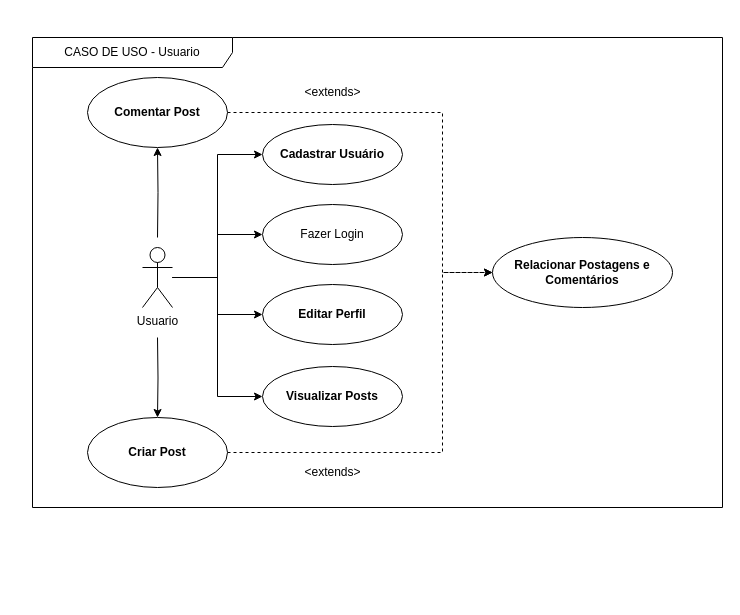
Above: documentação/Diagramas/01 - Diagrama de Casos de Uso - Usuario.drawio in AntonioMenelau/FatecConnect-TG (draw.io), before the change. Source tidied: cells renumbered, new cells numbered last; positions are measured from the earlier drawing's top-left corner, leaving out a move shared by most shapes. Both pictures are drawn from the tidied source at 100%, with x=0, y=0 at pixel (32, 37).
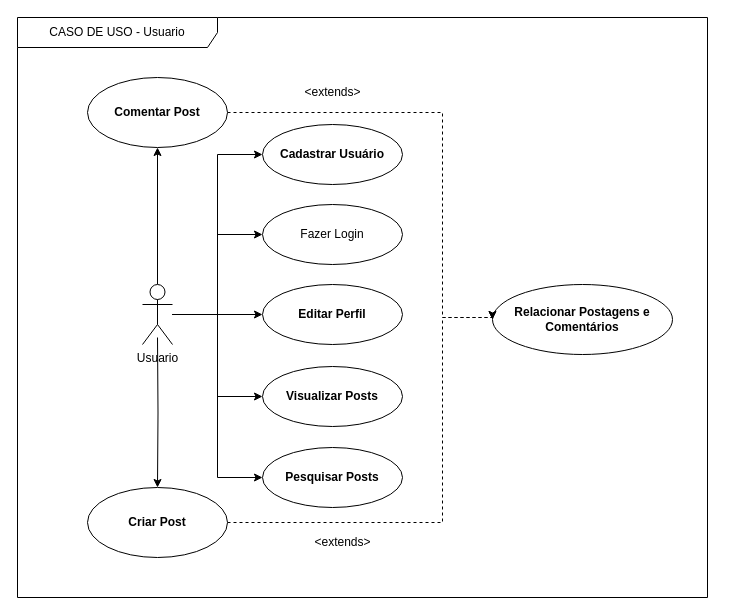
The same diagram, later.

Commit message (it also covers changes not shown here):
Diagrama de casos de uso e Diagrama de Atividade

Unchanged cells that the change refers to:
```xml
<mxCell id="16" value="&lt;strong&gt;Comentar Post&lt;/strong&gt;" style="ellipse;whiteSpace=wrap;html=1;" parent="1" vertex="1">
  <mxGeometry x="55" y="40" width="140" height="70" as="geometry" />
</mxCell>
```

What changed in the source:
```diff
@@
+    <mxCell id="19" value="CASO DE USO - Usuario" style="shape=umlFrame;whiteSpace=wrap;html=1;width=200;height=30;" parent="1" vertex="1">
+      <mxGeometry x="-15" y="-20" width="690" height="580" as="geometry" />
+    </mxCell>
@@
-    <mxCell id="5" style="edgeStyle=orthogonalEdgeStyle;rounded=0;jettySize=auto;html=1;entryX=0.5;entryY=1;entryDx=0;entryDy=0;" parent="1" edge="1" target="16">
-      <mxGeometry relative="1" as="geometry">
-        <mxPoint x="125" y="200" as="sourcePoint" />
-      </mxGeometry>
-    </mxCell>
-    <mxCell id="6" style="edgeStyle=orthogonalEdgeStyle;rounded=0;jettySize=auto;html=1;" parent="1" edge="1" target="13">
-      <mxGeometry relative="1" as="geometry">
-        <mxPoint x="125" y="300" as="sourcePoint" />
-      </mxGeometry>
-    </mxCell>
+    <mxCell id="21" style="edgeStyle=orthogonalEdgeStyle;rounded=0;jettySize=auto;html=1;" parent="1" edge="1" target="13">
+      <mxGeometry relative="1" as="geometry">
+        <mxPoint x="125" y="300" as="sourcePoint" />
+      </mxGeometry>
+    </mxCell>
@@
+    <mxCell id="22" style="edgeStyle=orthogonalEdgeStyle;rounded=0;jettySize=auto;html=1;entryX=0;entryY=0.5;entryDx=0;entryDy=0;" parent="1" edge="1" source="8" target="26">
+      <mxGeometry relative="1" as="geometry" />
+    </mxCell>
+    <mxCell id="23" style="edgeStyle=orthogonalEdgeStyle;rounded=0;jettySize=auto;html=1;entryX=0.5;entryY=1;entryDx=0;entryDy=0;" parent="1" edge="1" source="8" target="16">
+      <mxGeometry relative="1" as="geometry" />
+    </mxCell>
     <mxCell id="8" value="Usuario" style="shape=umlActor;verticalLabelPosition=bottom;verticalAlign=top;html=1;outlineConnect=0;" parent="1" vertex="1">
-      <mxGeometry x="110" y="210" width="30" height="60" as="geometry" />
+      <mxGeometry x="110" y="247" width="30" height="60" as="geometry" />
     </mxCell>
@@
     <mxCell id="12" style="edgeStyle=orthogonalEdgeStyle;rounded=0;jettySize=auto;html=1;entryX=0;entryY=0.5;entryDx=0;entryDy=0;dashed=1;" parent="1" edge="1" source="13" target="14">
       <mxGeometry relative="1" as="geometry">
         <Array as="points">
-          <mxPoint x="410" y="415" />
-          <mxPoint x="410" y="235" />
+          <mxPoint x="410" y="485" />
+          <mxPoint x="410" y="280" />
+          <mxPoint x="460" y="280" />
         </Array>
       </mxGeometry>
     </mxCell>
     <mxCell id="13" value="&lt;strong&gt;Criar Post&lt;/strong&gt;" style="ellipse;whiteSpace=wrap;html=1;" parent="1" vertex="1">
-      <mxGeometry x="55" y="380" width="140" height="70" as="geometry" />
+      <mxGeometry x="55" y="450" width="140" height="70" as="geometry" />
     </mxCell>
     <mxCell id="14" value="&lt;strong&gt;Relacionar Postagens e Comentários&lt;/strong&gt;" style="ellipse;whiteSpace=wrap;html=1;" parent="1" vertex="1">
-      <mxGeometry x="460" y="200" width="180" height="70" as="geometry" />
+      <mxGeometry x="460" y="247" width="180" height="70" as="geometry" />
     </mxCell>
     <mxCell id="15" style="edgeStyle=orthogonalEdgeStyle;rounded=0;jettySize=auto;html=1;entryX=0;entryY=0.5;entryDx=0;entryDy=0;dashed=1;" parent="1" edge="1" source="16" target="14">
       <mxGeometry relative="1" as="geometry">
         <Array as="points">
           <mxPoint x="410" y="75" />
-          <mxPoint x="410" y="235" />
+          <mxPoint x="410" y="280" />
+          <mxPoint x="460" y="280" />
         </Array>
       </mxGeometry>
     </mxCell>
@@
-    <mxCell id="17" value="&amp;lt;extends&amp;gt;" style="text;html=1;align=center;verticalAlign=middle;strokeColor=none;fillColor=none;" parent="1" vertex="1">
-      <mxGeometry x="260" y="40" width="80" height="30" as="geometry" />
-    </mxCell>
-    <mxCell id="18" value="&amp;lt;extends&amp;gt;" style="text;html=1;align=center;verticalAlign=middle;strokeColor=none;fillColor=none;" parent="1" vertex="1">
-      <mxGeometry x="260" y="420" width="80" height="30" as="geometry" />
-    </mxCell>
-    <mxCell id="19" value="CASO DE USO - Usuario" style="shape=umlFrame;whiteSpace=wrap;html=1;width=200;height=30;" parent="1" vertex="1">
-      <mxGeometry width="690" height="470" as="geometry" />
-    </mxCell>
+    <mxCell id="24" value="&amp;lt;extends&amp;gt;" style="text;html=1;align=center;verticalAlign=middle;strokeColor=none;fillColor=none;" parent="1" vertex="1">
+      <mxGeometry x="260" y="40" width="80" height="30" as="geometry" />
+    </mxCell>
+    <mxCell id="25" value="&amp;lt;extends&amp;gt;" style="text;html=1;align=center;verticalAlign=middle;strokeColor=none;fillColor=none;" parent="1" vertex="1">
+      <mxGeometry x="270" y="490" width="80" height="30" as="geometry" />
+    </mxCell>
@@
+    <mxCell id="26" value="&lt;b&gt;Pesquisar Posts&lt;/b&gt;" style="ellipse;whiteSpace=wrap;html=1;" parent="1" vertex="1">
+      <mxGeometry x="230" y="410" width="140" height="60" as="geometry" />
+    </mxCell>
```
